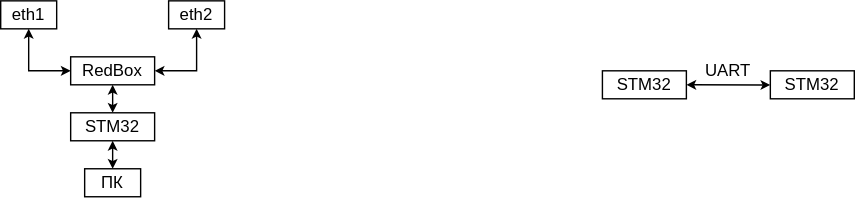
Above: PRP.drawio.svg in Andrianov-Daniil/Block_Diagram (draw.io), before the change. Source tidied: cells renumbered, new cells last; positions are measured from the earlier drawing's top-left corner, leaving out a move shared by most shapes.
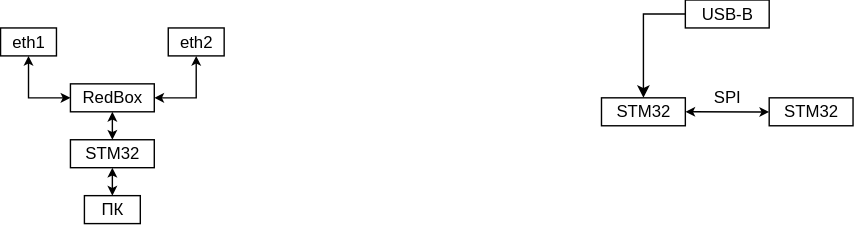
Later version of the same file.

What changed in the source:
```diff
@@ -48,8 +48,18 @@
         <mxPoint x="550" y="60.1" as="targetPoint" />
       </mxGeometry>
     </mxCell>
-    <mxCell id="14" value="UART" style="text;html=1;whiteSpace=wrap;strokeColor=none;fillColor=none;align=center;verticalAlign=middle;rounded=0;" parent="1" vertex="1">
+    <mxCell id="14" value="SPI" style="text;html=1;whiteSpace=wrap;strokeColor=none;fillColor=none;align=center;verticalAlign=middle;rounded=0;" parent="1" vertex="1">
       <mxGeometry x="490" y="35" width="60" height="30" as="geometry" />
     </mxCell>
+    <mxCell id="15" style="edgeStyle=none;rounded=0;jettySize=auto;html=1;entryX=0.5;entryY=0;entryDx=0;entryDy=0;" parent="1" edge="1" source="16" target="11">
+      <mxGeometry relative="1" as="geometry">
+        <Array as="points">
+          <mxPoint x="460" y="-10" />
+        </Array>
+      </mxGeometry>
+    </mxCell>
+    <mxCell id="16" value="USB-B" style="rounded=0;whiteSpace=wrap;html=1;" parent="1" vertex="1">
+      <mxGeometry x="490" y="-20" width="60" height="20" as="geometry" />
+    </mxCell>
   </root>
 </mxGraphModel>
```
